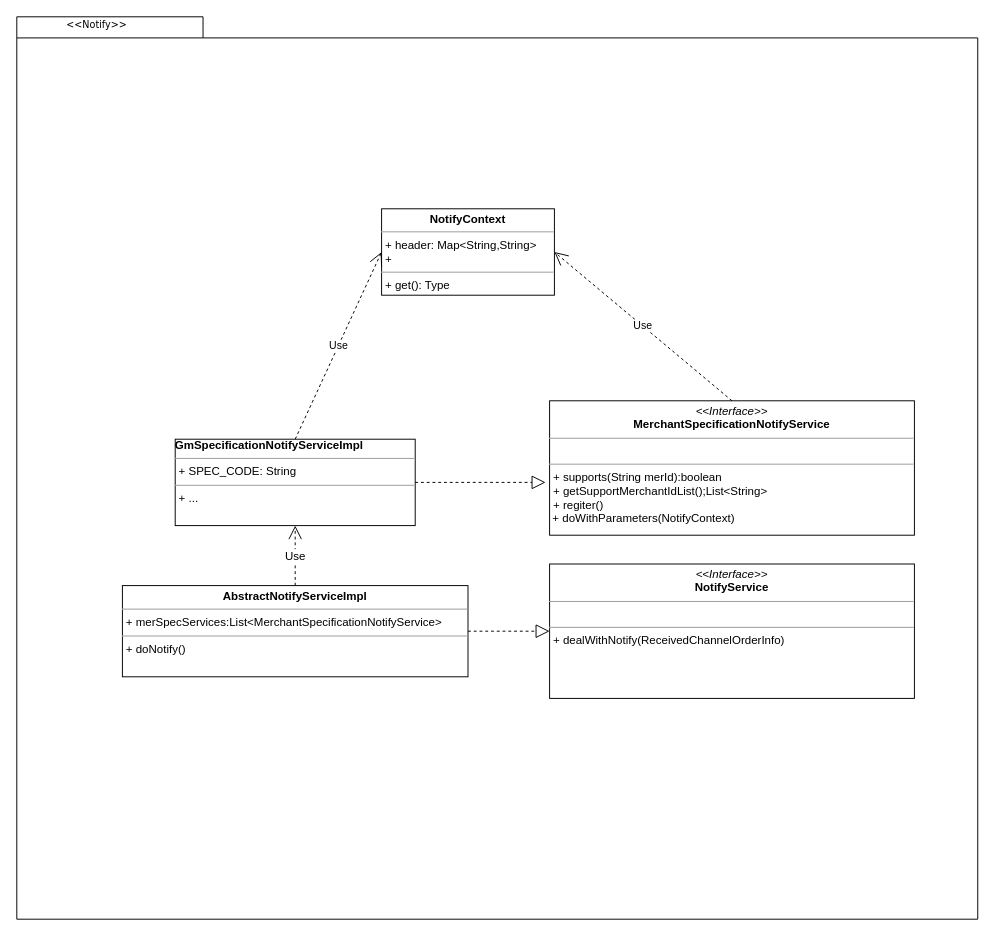
This is uml/PMPF-Notify.drawio from GTaurus/diagrams, a draw.io file, before an edit. Source tidied: cells renumbered, new cells numbered last; positions are measured from the earlier drawing's top-left corner, leaving out a move shared by most shapes. Both pictures are drawn from the tidied source at 96%, with x=0, y=0 at pixel (16, 16).
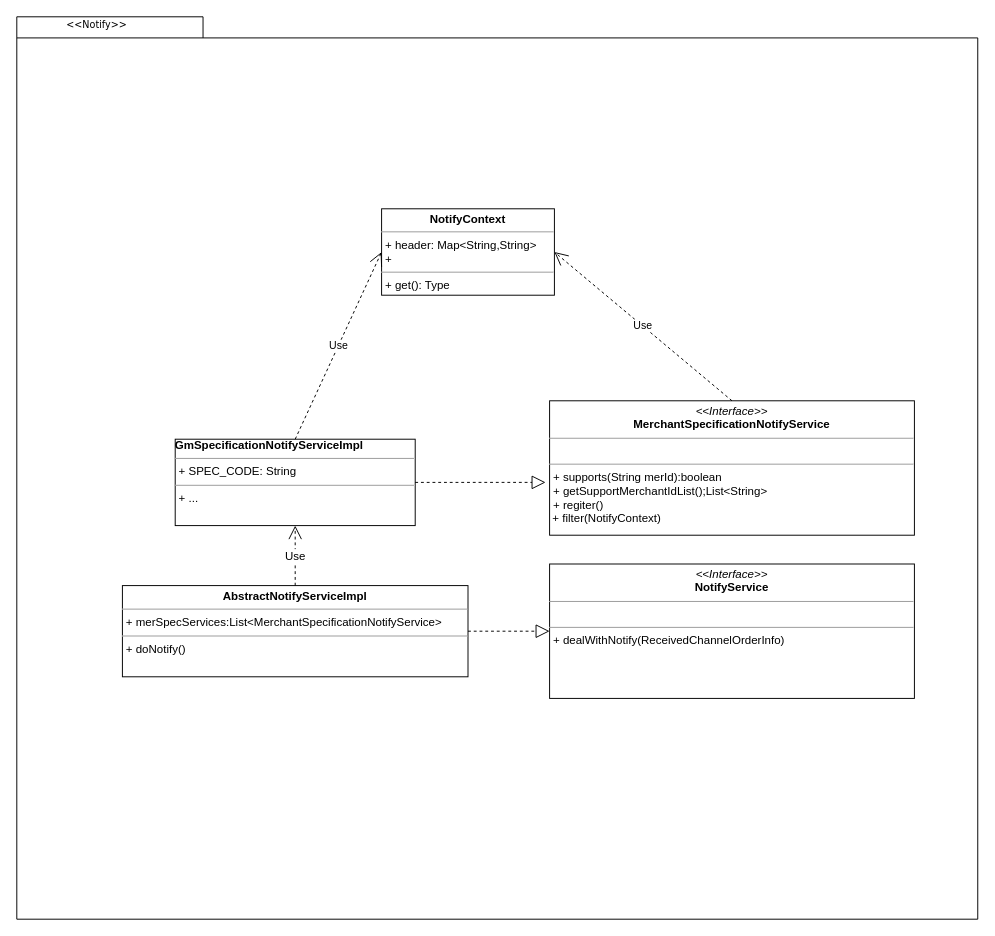
After the change.

What changed in the source:
```diff
@@
-    <mxCell id="16" value="&lt;p style=&quot;margin:0px;margin-top:4px;text-align:center;&quot;&gt;&lt;i&gt;&amp;lt;&amp;lt;Interface&amp;gt;&amp;gt;&lt;/i&gt;&lt;br&gt;&lt;b&gt;MerchantSpecificationNotifyService&lt;/b&gt;&lt;br&gt;&lt;/p&gt;&lt;hr size=&quot;1&quot;&gt;&lt;p style=&quot;margin:0px;margin-left:4px;&quot;&gt;&lt;br&gt;&lt;/p&gt;&lt;hr size=&quot;1&quot;&gt;&lt;p style=&quot;margin:0px;margin-left:4px;&quot;&gt;+&amp;nbsp;supports(String merId):boolean&lt;/p&gt;&lt;p style=&quot;margin:0px;margin-left:4px;&quot;&gt;+ getSupportMerchantIdList();List&amp;lt;String&amp;gt;&lt;/p&gt;&lt;p style=&quot;margin:0px;margin-left:4px;&quot;&gt;+ regiter()&lt;/p&gt;&amp;nbsp;+ doWithParameters(NotifyContext)" style="verticalAlign=top;align=left;overflow=fill;fontSize=12;fontFamily=Helvetica;html=1;" parent="1" vertex="1">
+    <mxCell id="16" value="&lt;p style=&quot;margin:0px;margin-top:4px;text-align:center;&quot;&gt;&lt;i&gt;&amp;lt;&amp;lt;Interface&amp;gt;&amp;gt;&lt;/i&gt;&lt;br&gt;&lt;b&gt;MerchantSpecificationNotifyService&lt;/b&gt;&lt;br&gt;&lt;/p&gt;&lt;hr size=&quot;1&quot;&gt;&lt;p style=&quot;margin:0px;margin-left:4px;&quot;&gt;&lt;br&gt;&lt;/p&gt;&lt;hr size=&quot;1&quot;&gt;&lt;p style=&quot;margin:0px;margin-left:4px;&quot;&gt;+&amp;nbsp;supports(String merId):boolean&lt;/p&gt;&lt;p style=&quot;margin:0px;margin-left:4px;&quot;&gt;+ getSupportMerchantIdList();List&amp;lt;String&amp;gt;&lt;/p&gt;&lt;p style=&quot;margin:0px;margin-left:4px;&quot;&gt;+ regiter()&lt;/p&gt;&amp;nbsp;+ filter(NotifyContext)" style="verticalAlign=top;align=left;overflow=fill;fontSize=12;fontFamily=Helvetica;html=1;" parent="1" vertex="1">
       <mxGeometry x="555" y="400" width="380" height="140" as="geometry" />
     </mxCell>
```
